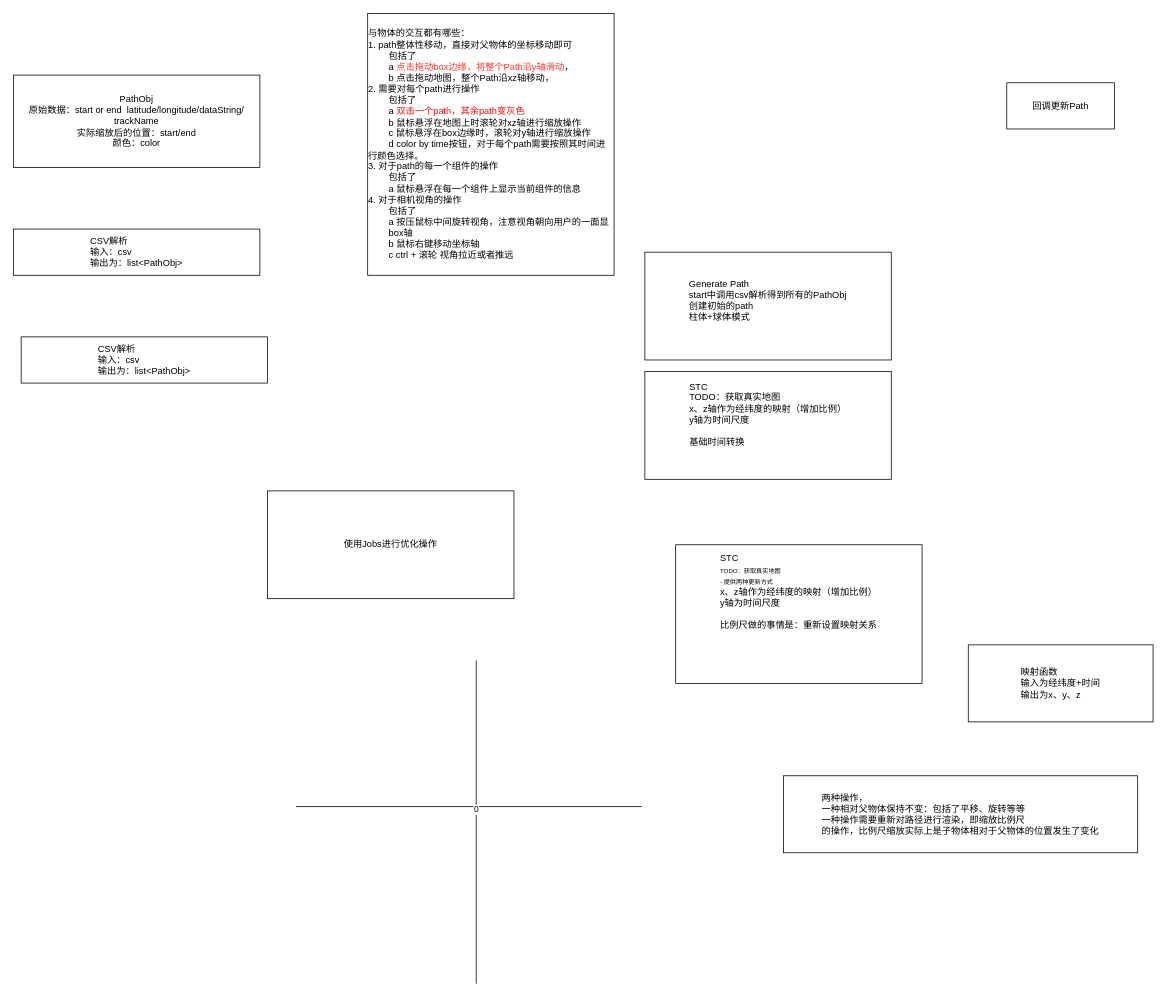
This is STC.drawio from SaberrExcalibur/Draw.io.Save, a draw.io file, before an edit. Source tidied: cells renumbered, new cells numbered last; positions are measured from the earlier drawing's top-left corner, leaving out a move shared by most shapes. Both pictures are drawn from the tidied source at 77%, with x=0, y=0 at pixel (13, 13).
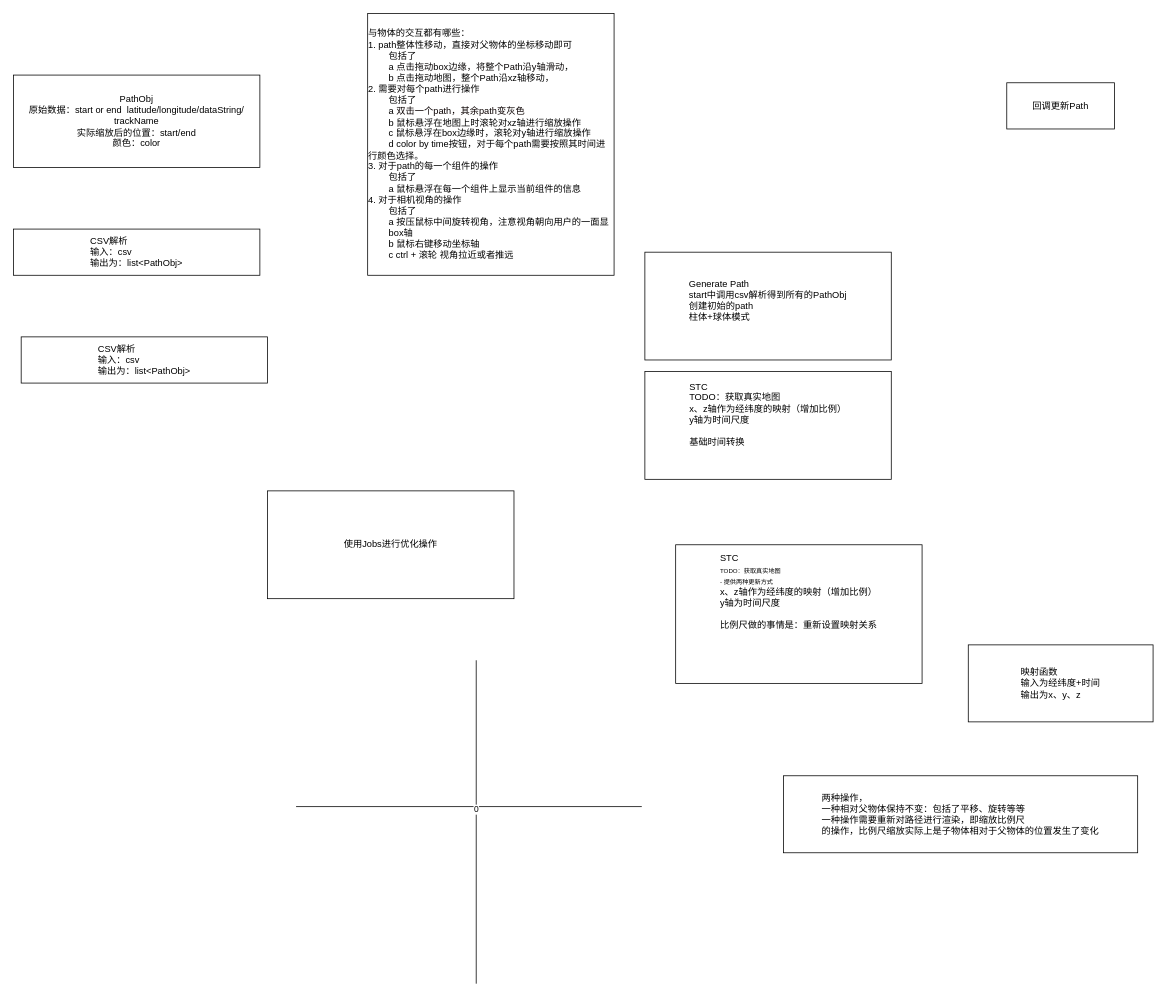
After the change.

What changed in the source:
```diff
@@
 <mxGraphModel>
   <root>
     <mxCell id="0" />
     <mxCell id="1" parent="0" />
     <mxCell id="2" value="PathObj&lt;br&gt;原始数据：start or end&amp;nbsp; latitude/longitude/dataString/&lt;br&gt;trackName&lt;br&gt;实际缩放后的位置：start/end&lt;br&gt;颜色：color" style="rounded=0;whiteSpace=wrap;html=1;" parent="1" vertex="1">
       <mxGeometry y="80" width="320" height="120" as="geometry" />
     </mxCell>
     <mxCell id="3" value="&lt;div style=&quot;text-align: left;&quot;&gt;&lt;span style=&quot;background-color: initial;&quot;&gt;CSV解析&lt;/span&gt;&lt;/div&gt;&lt;div style=&quot;text-align: left;&quot;&gt;输入：csv&lt;/div&gt;&lt;div style=&quot;text-align: left;&quot;&gt;输出为：list&amp;lt;PathObj&amp;gt;&lt;/div&gt;" style="rounded=0;whiteSpace=wrap;html=1;" parent="1" vertex="1">
       <mxGeometry y="280" width="320" height="60" as="geometry" />
     </mxCell>
     <mxCell id="4" value="&lt;div style=&quot;text-align: left;&quot;&gt;&lt;span style=&quot;background-color: initial;&quot;&gt;Generate Path&lt;/span&gt;&lt;/div&gt;&lt;div style=&quot;text-align: left;&quot;&gt;&lt;span style=&quot;background-color: initial;&quot;&gt;start中调用csv解析得到所有的PathObj&lt;/span&gt;&lt;/div&gt;&lt;div style=&quot;text-align: left;&quot;&gt;创建初始的path&lt;br&gt;柱体+球体模式&lt;/div&gt;&lt;div style=&quot;text-align: left;&quot;&gt;&lt;br&gt;&lt;/div&gt;" style="rounded=0;whiteSpace=wrap;html=1;" parent="1" vertex="1">
       <mxGeometry x="820" y="310" width="320" height="140" as="geometry" />
     </mxCell>
     <mxCell id="5" value="&lt;div style=&quot;text-align: left;&quot;&gt;回调更新Path&lt;/div&gt;" style="rounded=0;whiteSpace=wrap;html=1;" parent="1" vertex="1">
       <mxGeometry x="1290" y="90" width="140" height="60" as="geometry" />
     </mxCell>
     <mxCell id="6" value="&lt;div style=&quot;text-align: left;&quot;&gt;STC&lt;/div&gt;&lt;div style=&quot;text-align: left;&quot;&gt;TODO：获取真实地图&lt;/div&gt;&lt;div style=&quot;text-align: left;&quot;&gt;x、z轴作为经纬度的映射（增加比例）&lt;/div&gt;&lt;div style=&quot;text-align: left;&quot;&gt;y轴为时间尺度&lt;/div&gt;&lt;div style=&quot;text-align: left;&quot;&gt;&lt;br&gt;&lt;/div&gt;&lt;div style=&quot;text-align: left;&quot;&gt;基础时间转换&lt;/div&gt;&lt;div style=&quot;text-align: left;&quot;&gt;&lt;br&gt;&lt;br&gt;&lt;/div&gt;" style="rounded=0;whiteSpace=wrap;html=1;" parent="1" vertex="1">
       <mxGeometry x="820" y="465" width="320" height="140" as="geometry" />
     </mxCell>
     <mxCell id="7" value="&lt;div style=&quot;text-align: left;&quot;&gt;STC&lt;/div&gt;&lt;div style=&quot;text-align: left;&quot;&gt;&lt;font style=&quot;font-size: 8px;&quot;&gt;TODO：获取真实地图&lt;/font&gt;&lt;/div&gt;&lt;div style=&quot;text-align: left;&quot;&gt;&lt;font style=&quot;font-size: 8px;&quot;&gt;- 提供两种更新方式&lt;/font&gt;&lt;/div&gt;&lt;div style=&quot;text-align: left;&quot;&gt;x、z轴作为经纬度的映射（增加比例）&lt;/div&gt;&lt;div style=&quot;text-align: left;&quot;&gt;y轴为时间尺度&lt;/div&gt;&lt;div style=&quot;text-align: left;&quot;&gt;&lt;br&gt;&lt;/div&gt;&lt;div style=&quot;text-align: left;&quot;&gt;比例尺做的事情是：重新设置映射关系&lt;/div&gt;&lt;div style=&quot;text-align: left;&quot;&gt;&lt;br&gt;&lt;/div&gt;&lt;div style=&quot;text-align: left;&quot;&gt;&lt;br&gt;&lt;/div&gt;&lt;div style=&quot;text-align: left;&quot;&gt;&lt;br&gt;&lt;br&gt;&lt;/div&gt;" style="rounded=0;whiteSpace=wrap;html=1;" parent="1" vertex="1">
       <mxGeometry x="860" y="690" width="320" height="180" as="geometry" />
     </mxCell>
     <mxCell id="8" style="endArrow=none;html=1;rounded=0;" parent="1" edge="1">
       <mxGeometry relative="1" as="geometry">
         <mxPoint x="601" y="1260" as="sourcePoint" />
         <mxPoint x="601" y="840" as="targetPoint" />
       </mxGeometry>
     </mxCell>
     <mxCell id="9" style="endArrow=none;html=1;rounded=0;" parent="1" edge="1">
       <mxGeometry relative="1" as="geometry">
         <mxPoint x="367" y="1030" as="sourcePoint" />
         <mxPoint x="816" y="1030" as="targetPoint" />
       </mxGeometry>
     </mxCell>
     <mxCell id="10" value="0" style="edgeLabel;html=1;align=center;verticalAlign=middle;" parent="9" vertex="1">
       <mxGeometry x="0.04" y="-3" relative="1" as="geometry" />
     </mxCell>
     <mxCell id="11" value="&lt;div style=&quot;text-align: left;&quot;&gt;映射函数&lt;/div&gt;&lt;div style=&quot;text-align: left;&quot;&gt;输入为经纬度+时间&lt;/div&gt;&lt;div style=&quot;text-align: left;&quot;&gt;输出为x、y、z&lt;/div&gt;" style="rounded=0;whiteSpace=wrap;html=1;" parent="1" vertex="1">
       <mxGeometry x="1240" y="820" width="240" height="100" as="geometry" />
     </mxCell>
     <mxCell id="12" value="&lt;div style=&quot;text-align: left;&quot;&gt;两种操作，&lt;/div&gt;&lt;div style=&quot;text-align: left;&quot;&gt;一种相对父物体保持不变：&lt;span style=&quot;background-color: initial;&quot;&gt;包括了平移、旋转等等&lt;/span&gt;&lt;/div&gt;&lt;div style=&quot;text-align: left;&quot;&gt;一种操作需要重新对路径进行渲染，即缩放比例尺&lt;/div&gt;&lt;div style=&quot;text-align: left;&quot;&gt;的操作，比例尺缩放实际上是子物体相对于父物体的位置发生了变化&lt;/div&gt;" style="rounded=0;whiteSpace=wrap;html=1;" parent="1" vertex="1">
       <mxGeometry x="1000" y="990" width="460" height="100" as="geometry" />
     </mxCell>
     <mxCell id="13" value="&lt;div style=&quot;text-align: left;&quot;&gt;&lt;span style=&quot;background-color: initial;&quot;&gt;CSV解析&lt;/span&gt;&lt;/div&gt;&lt;div style=&quot;text-align: left;&quot;&gt;输入：csv&lt;/div&gt;&lt;div style=&quot;text-align: left;&quot;&gt;输出为：list&amp;lt;PathObj&amp;gt;&lt;/div&gt;" style="rounded=0;whiteSpace=wrap;html=1;" parent="1" vertex="1">
       <mxGeometry x="10" y="420" width="320" height="60" as="geometry" />
     </mxCell>
-    <mxCell id="14" value="&lt;div style=&quot;text-align: left;&quot;&gt;与物体的交互都有哪些：&lt;/div&gt;&lt;div style=&quot;text-align: left;&quot;&gt;1. path整体性移动，直接对父物体的坐标移动即可&lt;/div&gt;&lt;div style=&quot;text-align: left;&quot;&gt;&lt;span style=&quot;white-space: pre;&quot;&gt;&#9;&lt;/span&gt;包括了&lt;br&gt;&lt;span style=&quot;white-space: pre;&quot;&gt;&#9;&lt;/span&gt;a &lt;font color=&quot;#ff3729&quot;&gt;点击拖动box边缘，将整个Path沿y轴滑动&lt;/font&gt;，&lt;br&gt;&lt;/div&gt;&lt;div style=&quot;text-align: left;&quot;&gt;&lt;span style=&quot;white-space: pre;&quot;&gt;&#9;&lt;/span&gt;b 点击拖动地图，整个Path沿xz轴移动，&lt;br&gt;&lt;/div&gt;&lt;div style=&quot;text-align: left;&quot;&gt;2. 需要对每个path进行操作&lt;/div&gt;&lt;div style=&quot;text-align: left;&quot;&gt;&lt;span style=&quot;white-space: pre;&quot;&gt;&#9;&lt;/span&gt;包括了&lt;br&gt;&lt;/div&gt;&lt;div style=&quot;text-align: left;&quot;&gt;&lt;span style=&quot;white-space: pre;&quot;&gt;&#9;&lt;/span&gt;a &lt;font color=&quot;#ff0d0d&quot;&gt;双击一个path，其余path变灰色&lt;/font&gt;&lt;br&gt;&lt;/div&gt;&lt;div style=&quot;text-align: left;&quot;&gt;&lt;span style=&quot;white-space: pre;&quot;&gt;&#9;&lt;/span&gt;b 鼠标悬浮在地图上时滚轮对xz轴进行缩放操作&lt;br&gt;&lt;/div&gt;&lt;div style=&quot;text-align: left;&quot;&gt;&lt;span style=&quot;white-space: pre;&quot;&gt;&#9;&lt;/span&gt;c 鼠标悬浮在box边缘时，滚轮对y轴进行缩放操作&lt;br&gt;&lt;/div&gt;&lt;div style=&quot;text-align: left;&quot;&gt;&lt;span style=&quot;white-space: pre;&quot;&gt;&#9;&lt;/span&gt;d color by time按钮，对于每个path需要按照其时间进行颜色选择。&lt;br&gt;&lt;/div&gt;&lt;div style=&quot;text-align: left;&quot;&gt;3. 对于path的每一个组件的操作&lt;/div&gt;&lt;div style=&quot;text-align: left;&quot;&gt;&lt;span style=&quot;white-space: pre;&quot;&gt;&#9;&lt;/span&gt;包括了&lt;br&gt;&lt;/div&gt;&lt;div style=&quot;text-align: left;&quot;&gt;&lt;span style=&quot;white-space: pre;&quot;&gt;&#9;&lt;/span&gt;a 鼠标悬浮在每一个组件上显示当前组件的信息&lt;br&gt;&lt;/div&gt;&lt;div style=&quot;text-align: left;&quot;&gt;4. 对于相机视角的操作&lt;/div&gt;&lt;div style=&quot;text-align: left;&quot;&gt;&lt;span style=&quot;white-space: pre;&quot;&gt;&#9;&lt;/span&gt;包括了&lt;br&gt;&lt;/div&gt;&lt;div style=&quot;text-align: left;&quot;&gt;&lt;span style=&quot;white-space: pre;&quot;&gt;&#9;&lt;/span&gt;a 按压鼠标中间旋转视角，注意视角朝向用户的一面显&lt;br&gt;&lt;/div&gt;&lt;div style=&quot;text-align: left;&quot;&gt;&lt;span style=&quot;white-space: pre;&quot;&gt;&#9;&lt;/span&gt;box轴&lt;br&gt;&lt;/div&gt;&lt;div style=&quot;text-align: left;&quot;&gt;&lt;span style=&quot;white-space: pre;&quot;&gt;&#9;&lt;/span&gt;b 鼠标右键移动坐标轴&lt;br&gt;&lt;/div&gt;&lt;div style=&quot;text-align: left;&quot;&gt;&lt;span style=&quot;white-space: pre;&quot;&gt;&#9;&lt;/span&gt;c ctrl + 滚轮 视角拉近或者推远&lt;br&gt;&lt;/div&gt;" style="rounded=0;whiteSpace=wrap;html=1;" parent="1" vertex="1">
+    <mxCell id="14" value="&lt;div style=&quot;text-align: left;&quot;&gt;与物体的交互都有哪些：&lt;/div&gt;&lt;div style=&quot;text-align: left;&quot;&gt;1. path整体性移动，直接对父物体的坐标移动即可&lt;/div&gt;&lt;div style=&quot;text-align: left;&quot;&gt;&lt;span style=&quot;white-space: pre;&quot;&gt;&#9;&lt;/span&gt;包括了&lt;br&gt;&lt;span style=&quot;white-space: pre;&quot;&gt;&#9;&lt;/span&gt;a &lt;font color=&quot;#080505&quot;&gt;点击拖动box边缘，将整个Path沿y轴滑动&lt;/font&gt;，&lt;br&gt;&lt;/div&gt;&lt;div style=&quot;text-align: left;&quot;&gt;&lt;span style=&quot;white-space: pre;&quot;&gt;&#9;&lt;/span&gt;b 点击拖动地图，整个Path沿xz轴移动，&lt;br&gt;&lt;/div&gt;&lt;div style=&quot;text-align: left;&quot;&gt;2. 需要对每个path进行操作&lt;/div&gt;&lt;div style=&quot;text-align: left;&quot;&gt;&lt;span style=&quot;white-space: pre;&quot;&gt;&#9;&lt;/span&gt;包括了&lt;br&gt;&lt;/div&gt;&lt;div style=&quot;text-align: left;&quot;&gt;&lt;span style=&quot;white-space: pre;&quot;&gt;&#9;&lt;/span&gt;a &lt;font color=&quot;#0a0101&quot;&gt;双击一个path，其余path变灰色&lt;/font&gt;&lt;br&gt;&lt;/div&gt;&lt;div style=&quot;text-align: left;&quot;&gt;&lt;span style=&quot;white-space: pre;&quot;&gt;&#9;&lt;/span&gt;b 鼠标悬浮在地图上时滚轮对xz轴进行缩放操作&lt;br&gt;&lt;/div&gt;&lt;div style=&quot;text-align: left;&quot;&gt;&lt;span style=&quot;white-space: pre;&quot;&gt;&#9;&lt;/span&gt;c 鼠标悬浮在box边缘时，滚轮对y轴进行缩放操作&lt;br&gt;&lt;/div&gt;&lt;div style=&quot;text-align: left;&quot;&gt;&lt;span style=&quot;white-space: pre;&quot;&gt;&#9;&lt;/span&gt;d color by time按钮，对于每个path需要按照其时间进行颜色选择。&lt;br&gt;&lt;/div&gt;&lt;div style=&quot;text-align: left;&quot;&gt;3. 对于path的每一个组件的操作&lt;/div&gt;&lt;div style=&quot;text-align: left;&quot;&gt;&lt;span style=&quot;white-space: pre;&quot;&gt;&#9;&lt;/span&gt;包括了&lt;br&gt;&lt;/div&gt;&lt;div style=&quot;text-align: left;&quot;&gt;&lt;span style=&quot;white-space: pre;&quot;&gt;&#9;&lt;/span&gt;a 鼠标悬浮在每一个组件上显示当前组件的信息&lt;br&gt;&lt;/div&gt;&lt;div style=&quot;text-align: left;&quot;&gt;4. 对于相机视角的操作&lt;/div&gt;&lt;div style=&quot;text-align: left;&quot;&gt;&lt;span style=&quot;white-space: pre;&quot;&gt;&#9;&lt;/span&gt;包括了&lt;br&gt;&lt;/div&gt;&lt;div style=&quot;text-align: left;&quot;&gt;&lt;span style=&quot;white-space: pre;&quot;&gt;&#9;&lt;/span&gt;a 按压鼠标中间旋转视角，注意视角朝向用户的一面显&lt;br&gt;&lt;/div&gt;&lt;div style=&quot;text-align: left;&quot;&gt;&lt;span style=&quot;white-space: pre;&quot;&gt;&#9;&lt;/span&gt;box轴&lt;br&gt;&lt;/div&gt;&lt;div style=&quot;text-align: left;&quot;&gt;&lt;span style=&quot;white-space: pre;&quot;&gt;&#9;&lt;/span&gt;b 鼠标右键移动坐标轴&lt;br&gt;&lt;/div&gt;&lt;div style=&quot;text-align: left;&quot;&gt;&lt;span style=&quot;white-space: pre;&quot;&gt;&#9;&lt;/span&gt;c ctrl + 滚轮 视角拉近或者推远&lt;br&gt;&lt;/div&gt;" style="rounded=0;whiteSpace=wrap;html=1;" parent="1" vertex="1">
       <mxGeometry x="460" width="320" height="340" as="geometry" />
     </mxCell>
     <mxCell id="15" value="&lt;div style=&quot;text-align: left;&quot;&gt;使用Jobs进行优化操作&lt;/div&gt;" style="rounded=0;whiteSpace=wrap;html=1;" parent="1" vertex="1">
       <mxGeometry x="330" y="620" width="320" height="140" as="geometry" />
     </mxCell>
   </root>
 </mxGraphModel>
```
